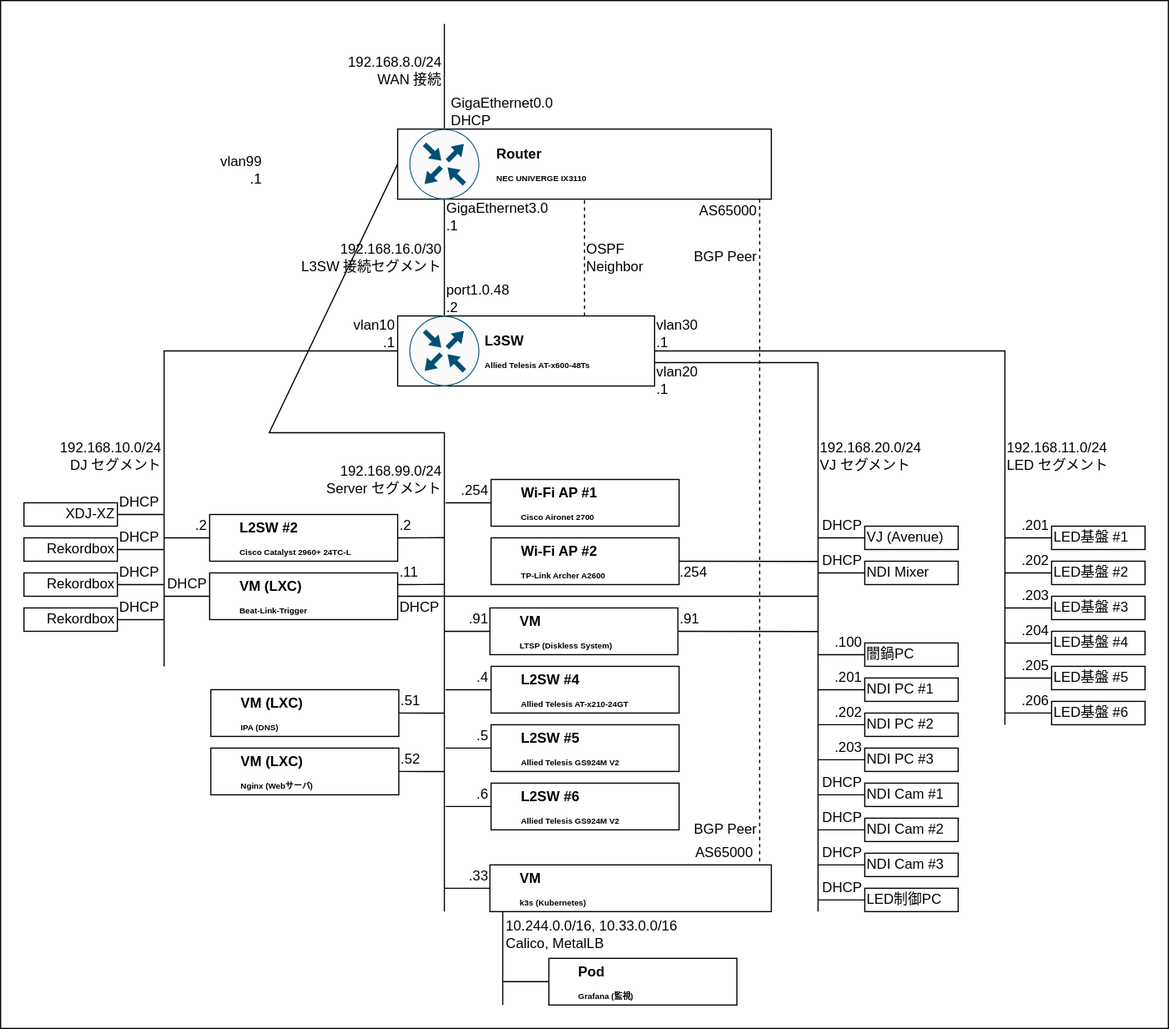
The draw.io diagram network/design/logic.drawio.svg in TechnoTUT/Infrastructure, before a commit. Source tidied: cells renumbered, new cells last; positions are measured from the earlier drawing's top-left corner, leaving out a move shared by most shapes.
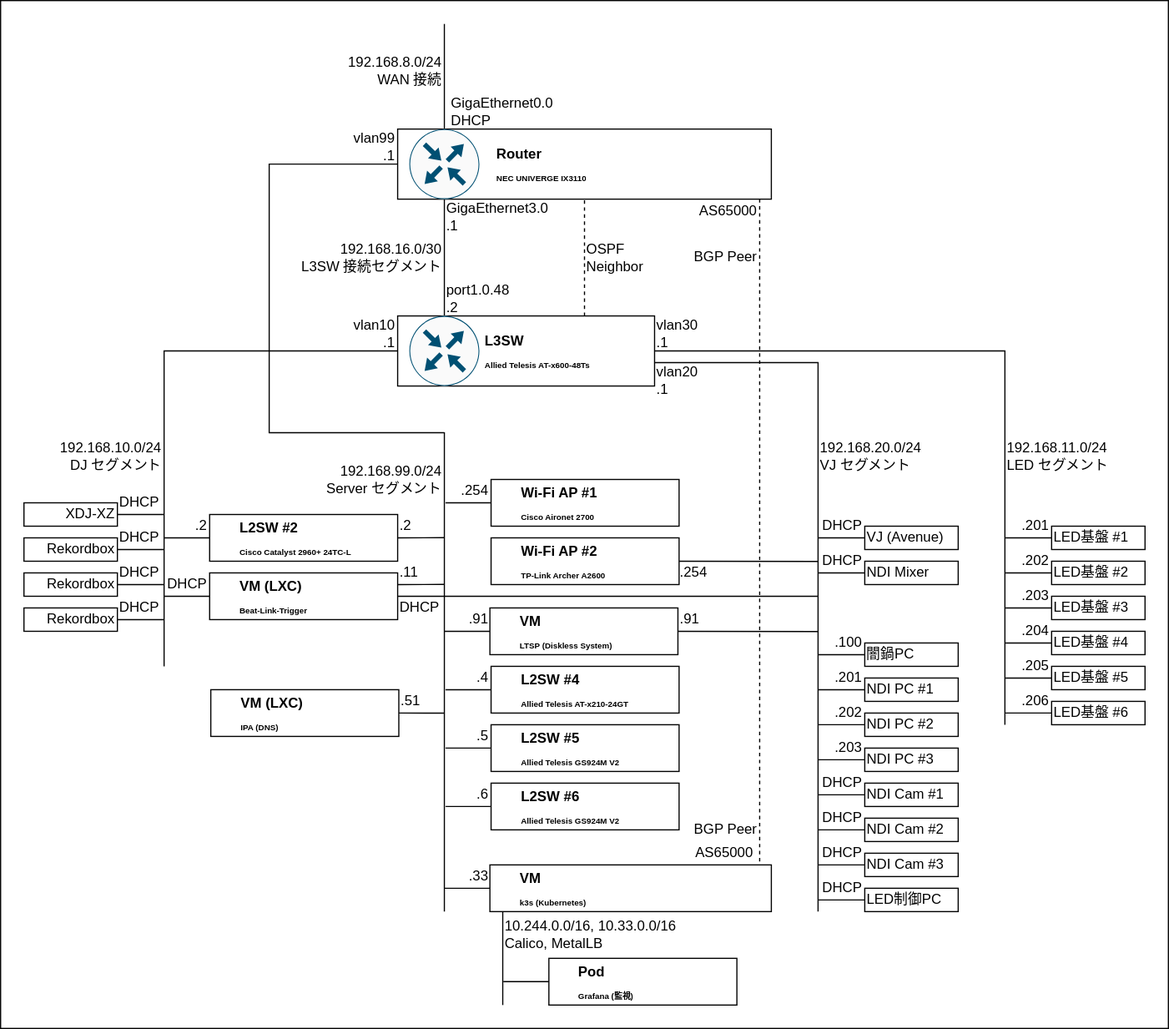
After the commit.

Commit message:
Organize line segments

What changed in the source:
```diff
@@ -363,7 +363,7 @@
       <mxGeometry x="294" y="270" width="46" height="30" as="geometry" />
     </mxCell>
     <mxCell id="99" value="vlan99&lt;br&gt;.1" style="text;html=1;strokeColor=none;fillColor=none;align=right;verticalAlign=middle;whiteSpace=wrap;rounded=0;" parent="1" vertex="1">
-      <mxGeometry x="180" y="130" width="46" height="30" as="geometry" />
+      <mxGeometry x="294" y="110" width="46" height="30" as="geometry" />
     </mxCell>
     <mxCell id="100" value="vlan20&lt;br&gt;.1" style="text;html=1;strokeColor=none;fillColor=none;align=left;verticalAlign=middle;whiteSpace=wrap;rounded=0;" parent="1" vertex="1">
       <mxGeometry x="559.5" y="310" width="46" height="30" as="geometry" />
@@ -661,20 +661,6 @@
     <mxCell id="182" value=".51" style="text;html=1;strokeColor=none;fillColor=none;align=left;verticalAlign=middle;whiteSpace=wrap;rounded=0;" parent="1" vertex="1">
       <mxGeometry x="341" y="590" width="40" height="20" as="geometry" />
     </mxCell>
-    <mxCell id="183" style="edgeStyle=none;rounded=0;html=1;exitX=1;exitY=0.5;exitDx=0;exitDy=0;fontSize=7;startArrow=none;startFill=0;endArrow=none;endFill=0;" parent="1" edge="1" source="184">
-      <mxGeometry relative="1" as="geometry">
-        <mxPoint x="380" y="660.1" as="targetPoint" />
-      </mxGeometry>
-    </mxCell>
-    <mxCell id="184" style="rounded=0;whiteSpace=wrap;html=1;" parent="1" vertex="1">
-      <mxGeometry x="180" y="640" width="161" height="40" as="geometry" />
-    </mxCell>
-    <mxCell id="185" value="&lt;h1&gt;&lt;font style=&quot;&quot;&gt;&lt;span style=&quot;font-size: 12px;&quot;&gt;VM (LXC)&lt;br&gt;&lt;/span&gt;&lt;/font&gt;&lt;span style=&quot;font-size: 7px;&quot;&gt;Nginx (Webサーバ)&lt;/span&gt;&lt;/h1&gt;" style="text;html=1;strokeColor=none;fillColor=none;spacing=5;spacingTop=-20;whiteSpace=wrap;overflow=hidden;rounded=0;fontSize=8;" parent="1" vertex="1">
-      <mxGeometry x="200.5" y="640" width="120" height="40" as="geometry" />
-    </mxCell>
-    <mxCell id="186" value=".52" style="text;html=1;strokeColor=none;fillColor=none;align=left;verticalAlign=middle;whiteSpace=wrap;rounded=0;" parent="1" vertex="1">
-      <mxGeometry x="341" y="640" width="40" height="20" as="geometry" />
-    </mxCell>
     <mxCell id="187" value="10.244.0.0/16, 10.33.0.0/16&lt;br&gt;&lt;div style=&quot;&quot;&gt;Calico, MetalLB&lt;/div&gt;" style="text;html=1;strokeColor=none;fillColor=none;align=left;verticalAlign=middle;whiteSpace=wrap;rounded=0;" parent="1" vertex="1">
       <mxGeometry x="430.5" y="780" width="159.5" height="40" as="geometry" />
     </mxCell>
@@ -692,11 +678,12 @@
     <mxCell id="191" value="BGP Peer" style="text;html=1;strokeColor=none;fillColor=none;align=right;verticalAlign=middle;whiteSpace=wrap;rounded=0;" parent="1" vertex="1">
       <mxGeometry x="581" y="695" width="69" height="30" as="geometry" />
     </mxCell>
-    <mxCell id="192" style="endArrow=none;html=1;rounded=0;align=right;entryX=0;entryY=0.5;entryDx=0;entryDy=0;" parent="1" edge="1" target="3">
+    <mxCell id="192" style="endArrow=none;html=1;rounded=0;align=right;entryX=0;entryY=0.5;entryDx=0;entryDy=0;edgeStyle=orthogonalEdgeStyle;" parent="1" edge="1" target="3">
       <mxGeometry relative="1" as="geometry">
         <mxPoint x="380" y="370" as="sourcePoint" />
         <Array as="points">
           <mxPoint x="230" y="370" />
+          <mxPoint x="230" y="140" />
         </Array>
       </mxGeometry>
     </mxCell>
```
